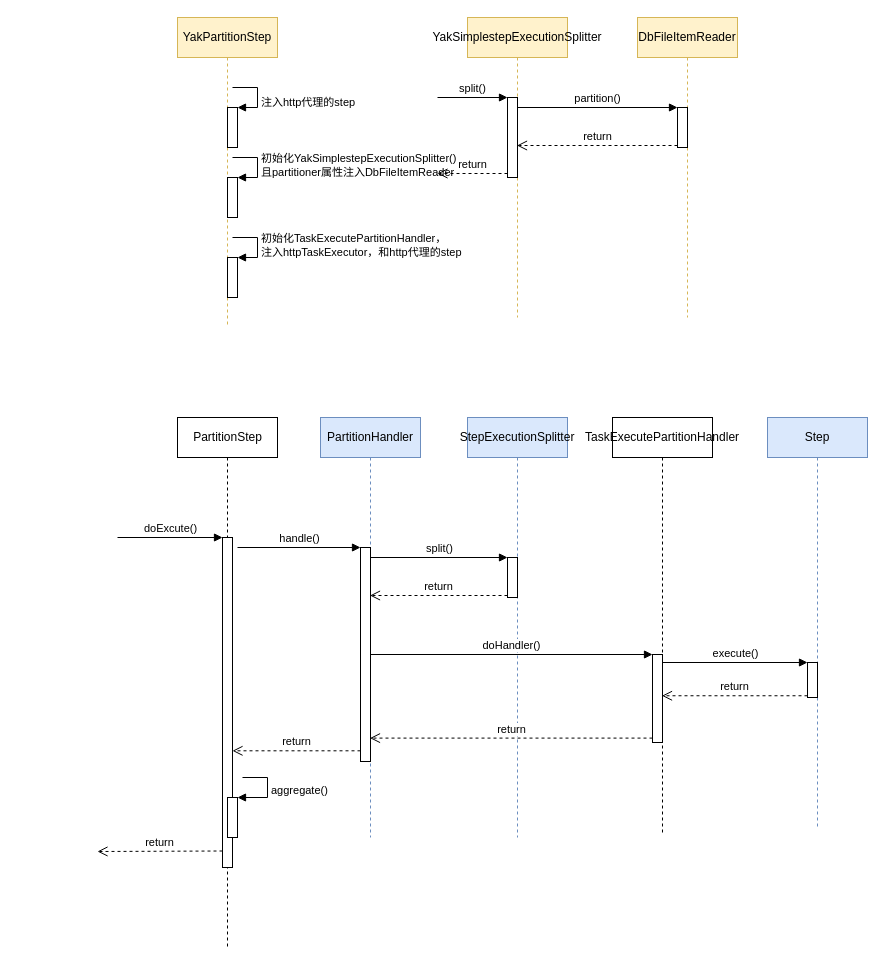
Before: 未命名表单.drawio in staconfree/design, a draw.io diagram. Source tidied: cells renumbered, new cells numbered last; positions are measured from the earlier drawing's top-left corner, leaving out a move shared by most shapes. Both pictures are drawn from the tidied source at 100%, with x=0, y=0 at pixel (97, 17).
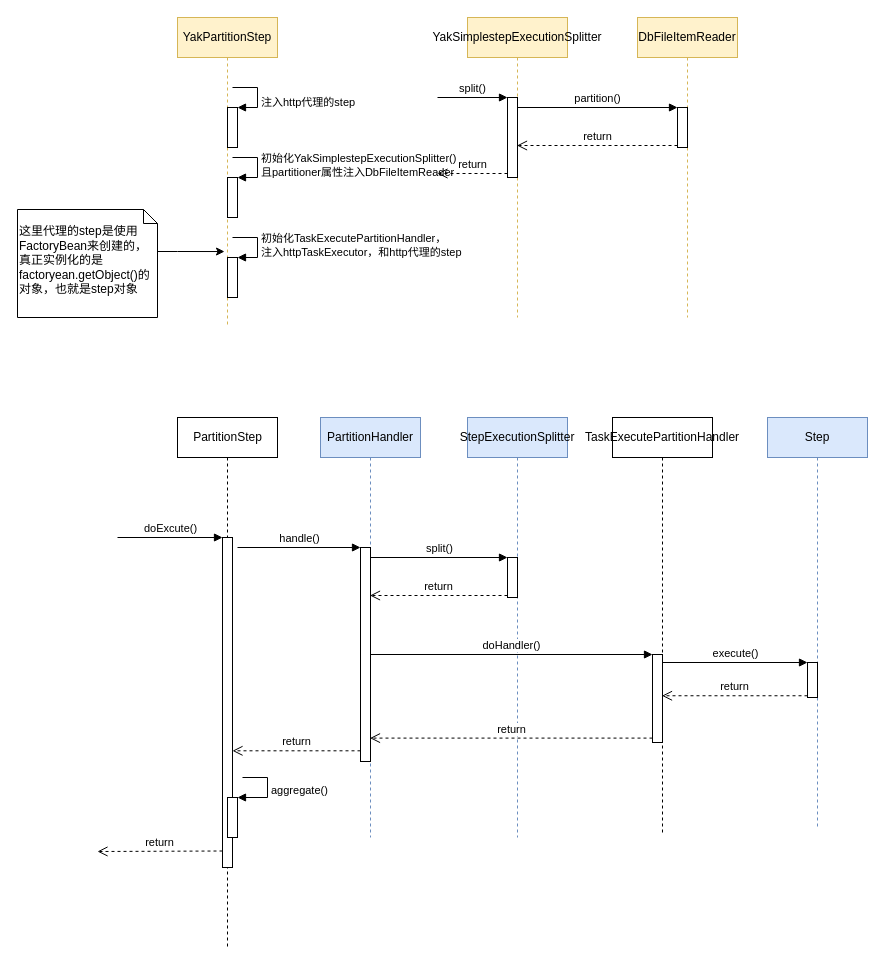
Above is the later version.

Commit message:
更新未命名表单.drawio

Unchanged cells that the change refers to:
```xml
<mxCell id="22" value="YakPartitionStep" style="shape=umlLifeline;perimeter=lifelinePerimeter;whiteSpace=wrap;html=1;outlineConnect=0;fillColor=#fff2cc;strokeColor=#d6b656;" parent="1" vertex="1">
  <mxGeometry x="80" width="100" height="310" as="geometry" />
</mxCell>
```

Diff of the diagram source:
```diff
@@
+    <mxCell id="39" style="edgeStyle=orthogonalEdgeStyle;rounded=0;jettySize=auto;html=1;exitX=0;exitY=0;exitDx=100;exitDy=42;exitPerimeter=0;entryX=0.47;entryY=0.755;entryDx=0;entryDy=0;entryPerimeter=0;" parent="1" edge="1" source="40" target="22">
+      <mxGeometry relative="1" as="geometry" />
+    </mxCell>
+    <mxCell id="40" value="&lt;br&gt;这里代理的step是使用FactoryBean来创建的，真正实例化的是factoryean.getObject()的对象，也就是step对象" style="shape=note;whiteSpace=wrap;html=1;size=14;verticalAlign=top;align=left;spacingTop=-6;" parent="1" vertex="1">
+      <mxGeometry x="-80" y="192" width="140" height="108" as="geometry" />
+    </mxCell>
```
